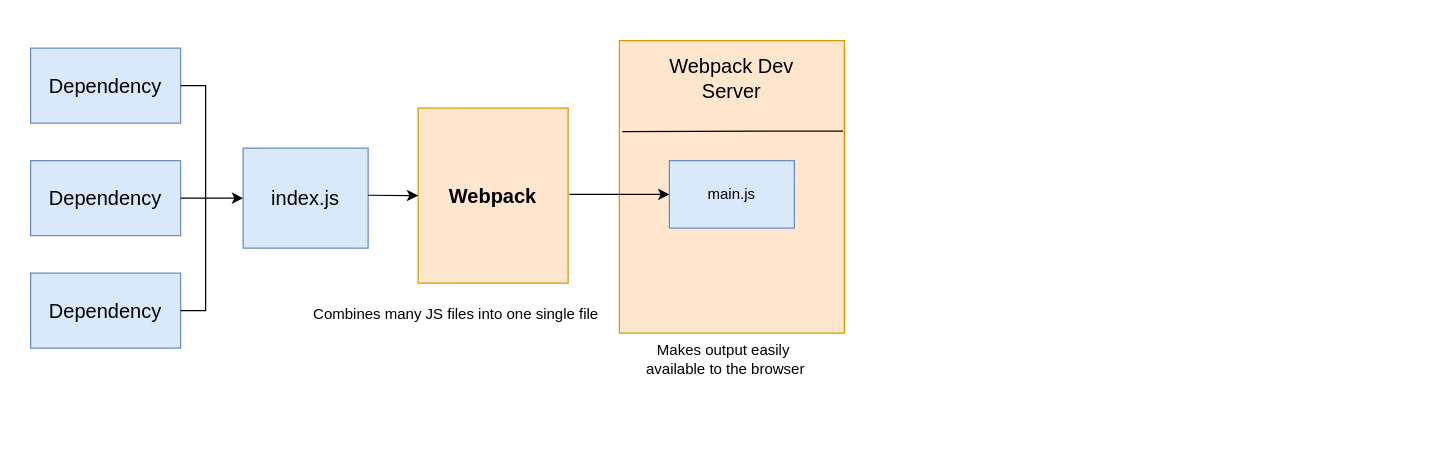
Earlier version of the draw.io diagram page "Webpack" (2 of 2) of Frontend-Integration.drawio (afflato/system). Source tidied: cells renumbered, new cells numbered last; positions are measured from the earlier drawing's top-left corner, leaving out a move shared by most shapes. Both pictures are drawn from the tidied source at 125%, with x=0, y=0 at pixel (30, 40).
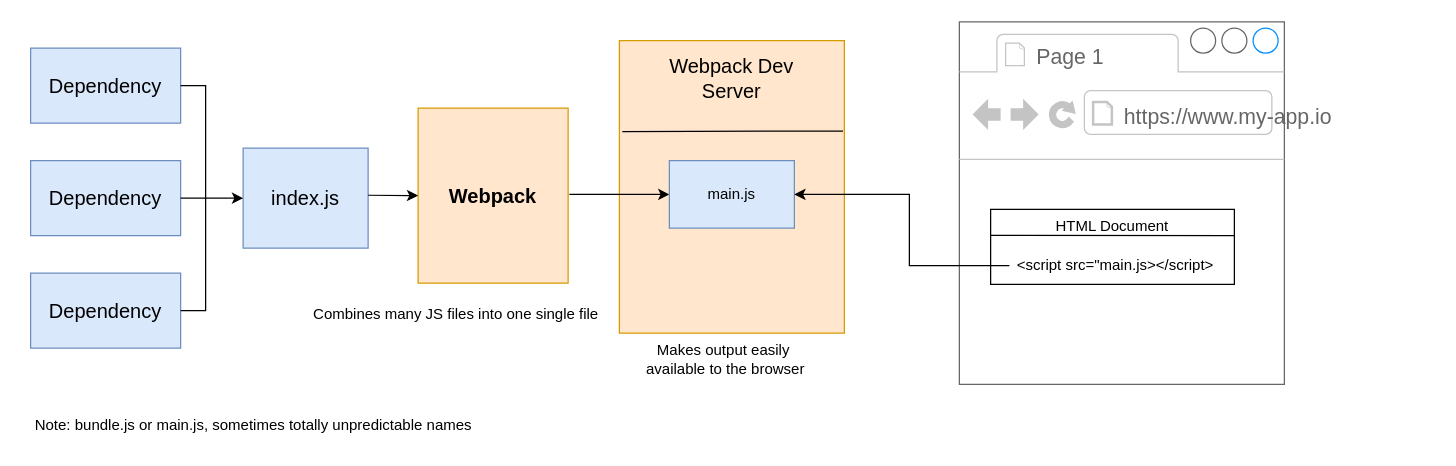
Above is the later version.

Unchanged cells that the change refers to:
```xml
<mxCell id="16" value="main.js" style="rounded=0;whiteSpace=wrap;html=1;fillColor=#dae8fc;strokeColor=#6c8ebf;" parent="2" vertex="1">
  <mxGeometry x="511" y="96" width="100" height="54" as="geometry" />
</mxCell>
```

What changed in the source:
```diff
@@
+    <mxCell id="18" value="Note: bundle.js or main.js, sometimes totally unpredictable names" style="text;html=1;align=center;verticalAlign=middle;strokeColor=none;fillColor=none;fontSize=12;fontFamily=Helvetica;fontColor=default;" parent="1" vertex="1">
+      <mxGeometry x="-7" y="293" width="370" height="30" as="geometry" />
+    </mxCell>
+    <mxCell id="19" style="strokeWidth=1;shadow=0;dashed=0;align=center;html=1;shape=mxgraph.mockup.containers.browserWindow;rSize=0;strokeColor=#666666;strokeColor2=#008cff;strokeColor3=#c4c4c4;mainText=,;verticalAlign=top;fontFamily=Helvetica;fontSize=12;fontColor=default;fillColor=default;" parent="1" vertex="1">
+      <mxGeometry x="743" y="-15" width="220" height="290" as="geometry" />
+    </mxCell>
+    <mxCell id="20" value="Page 1" style="strokeWidth=1;shadow=0;dashed=0;align=center;html=1;shape=mxgraph.mockup.containers.anchor;fontSize=17;fontColor=#666666;align=left;whiteSpace=wrap;strokeColor=default;verticalAlign=top;fontFamily=Helvetica;fillColor=default;" parent="19" vertex="1">
+      <mxGeometry x="60" y="12" width="110" height="26" as="geometry" />
+    </mxCell>
+    <mxCell id="21" value="https://www.my-app.io" style="strokeWidth=1;shadow=0;dashed=0;align=center;html=1;shape=mxgraph.mockup.containers.anchor;rSize=0;fontSize=17;fontColor=#666666;align=left;strokeColor=default;verticalAlign=top;fontFamily=Helvetica;fillColor=default;" parent="19" vertex="1">
+      <mxGeometry x="130" y="60" width="250" height="26" as="geometry" />
+    </mxCell>
+    <mxCell id="22" value="HTML Document" style="rounded=0;whiteSpace=wrap;html=1;strokeColor=default;align=center;verticalAlign=top;fontFamily=Helvetica;fontSize=12;fontColor=default;fillColor=default;" parent="19" vertex="1">
+      <mxGeometry x="25" y="150" width="195" height="60" as="geometry" />
+    </mxCell>
+    <mxCell id="23" style="endArrow=none;html=1;rounded=0;fontFamily=Helvetica;fontSize=12;fontColor=default;exitX=0.001;exitY=0.346;exitDx=0;exitDy=0;exitPerimeter=0;entryX=1.001;entryY=0.316;entryDx=0;entryDy=0;entryPerimeter=0;" parent="19" edge="1" source="22">
+      <mxGeometry relative="1" as="geometry">
+        <mxPoint x="220.2" y="171" as="targetPoint" />
+      </mxGeometry>
+    </mxCell>
+    <mxCell id="24" value="&amp;lt;script src=&quot;main.js&amp;gt;&amp;lt;/script&amp;gt;" style="text;html=1;strokeColor=none;fillColor=none;align=center;verticalAlign=middle;whiteSpace=wrap;rounded=0;fontSize=12;fontFamily=Helvetica;fontColor=default;" parent="19" vertex="1">
+      <mxGeometry x="40" y="180" width="170" height="30" as="geometry" />
+    </mxCell>
+    <mxCell id="25" style="endArrow=none;html=1;rounded=0;fontFamily=Helvetica;fontSize=12;fontColor=default;exitX=1;exitY=0.5;exitDx=0;exitDy=0;endFill=0;startArrow=classic;startFill=1;" parent="1" edge="1" source="16" target="24">
+      <mxGeometry relative="1" as="geometry">
+        <Array as="points">
+          <mxPoint x="703" y="123" />
+          <mxPoint x="703" y="180" />
+        </Array>
+      </mxGeometry>
+    </mxCell>
```
